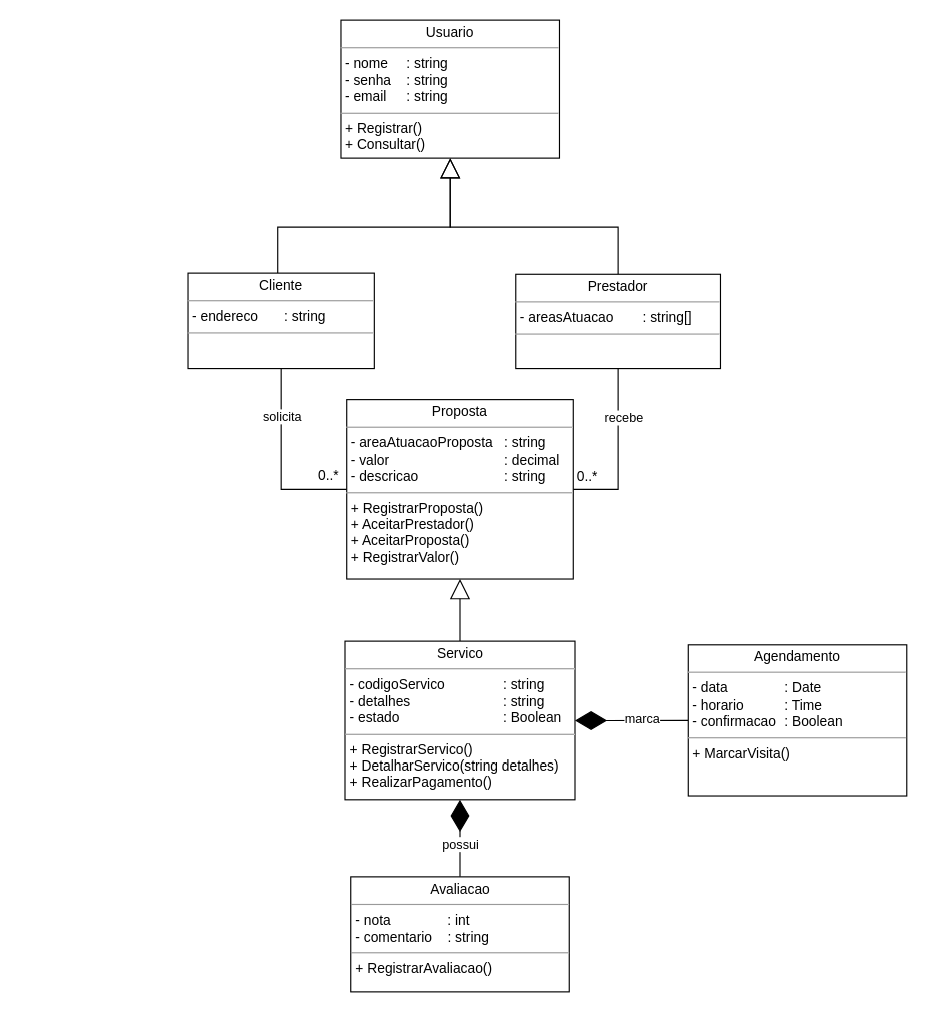
The draw.io diagram docs/DiagramaDeClasses.drawio in LucBonnet/eServicos, before the edit. Source tidied: cells renumbered, new cells numbered last; positions are measured from the earlier drawing's top-left corner, leaving out a move shared by most shapes. Both pictures are drawn from the tidied source at 115%, with x=0, y=0 at pixel (187, 20).
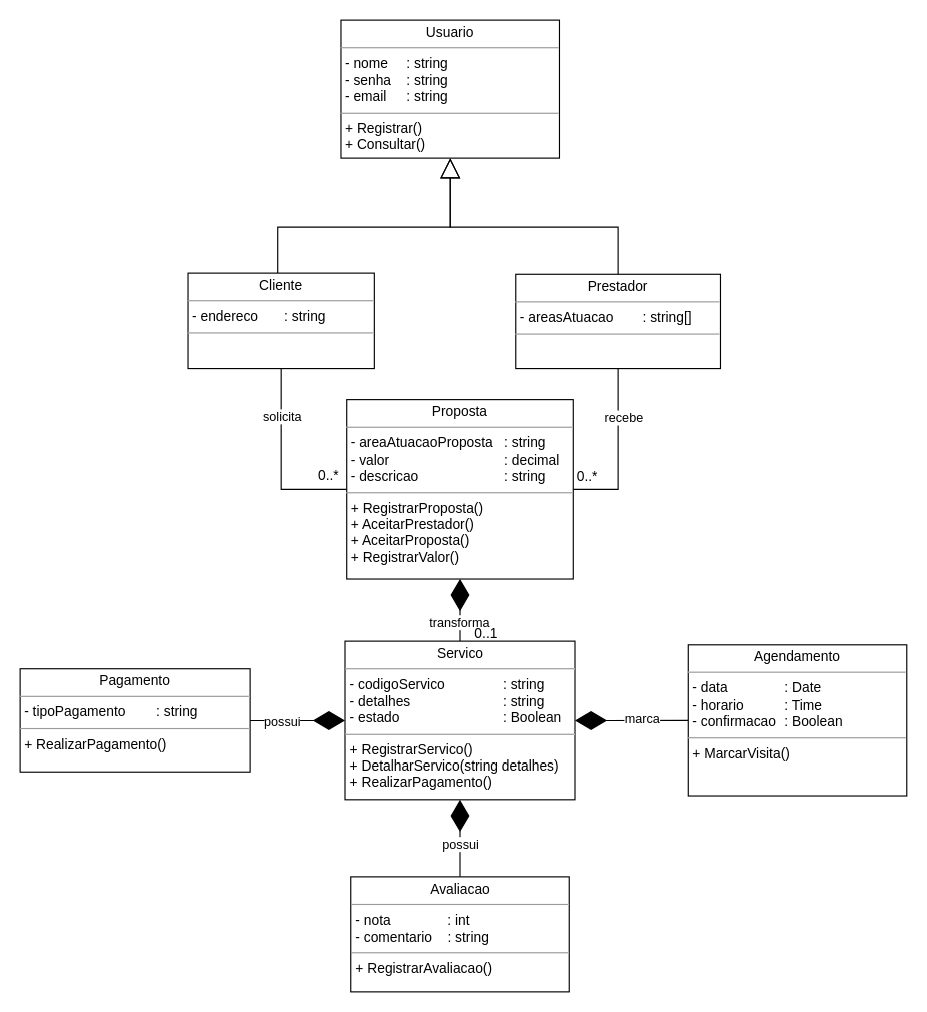
After the change.

Unchanged cells that the change refers to:
```xml
<mxCell id="13" value="&lt;p style=&quot;margin:0px;margin-top:4px;text-align:center;&quot;&gt;Servico&lt;/p&gt;&lt;hr size=&quot;1&quot;&gt;&lt;p style=&quot;margin:0px;margin-left:4px;&quot;&gt;- codigoServico&lt;span style=&quot;white-space: pre;&quot;&gt;&#9;&lt;/span&gt;&lt;span style=&quot;white-space: pre;&quot;&gt;&#9;&lt;/span&gt;: string&lt;/p&gt;&lt;p style=&quot;margin:0px;margin-left:4px;&quot;&gt;- detalhes&lt;span style=&quot;white-space: pre;&quot;&gt;&#9;&lt;/span&gt;&lt;span style=&quot;white-space: pre;&quot;&gt;&#9;&lt;/span&gt;&lt;span style=&quot;white-space: pre;&quot;&gt;&#9;&lt;/span&gt;: string&lt;/p&gt;&lt;p style=&quot;margin:0px;margin-left:4px;&quot;&gt;- estado&lt;span style=&quot;white-space: pre;&quot;&gt;&#9;&lt;/span&gt;&lt;span style=&quot;white-space: pre;&quot;&gt;&#9;&lt;/span&gt;&lt;span style=&quot;white-space: pre;&quot;&gt;&#9;&lt;/span&gt;&lt;span style=&quot;white-space: pre;&quot;&gt;&#9;&lt;/span&gt;: Boolean&lt;br&gt;&lt;/p&gt;&lt;hr size=&quot;1&quot;&gt;&lt;p style=&quot;margin:0px;margin-left:4px;&quot;&gt;+ RegistrarServico()&amp;nbsp;&lt;/p&gt;&lt;p style=&quot;margin:0px;margin-left:4px;&quot;&gt;+ DetalharServico(string detalhes)&lt;/p&gt;&lt;p style=&quot;margin:0px;margin-left:4px;&quot;&gt;+ RealizarPagamento()&lt;/p&gt;&lt;p style=&quot;margin:0px;margin-left:4px;&quot;&gt;&lt;br&gt;&lt;/p&gt;&lt;p style=&quot;margin:0px;margin-left:4px;&quot;&gt;&lt;br&gt;&lt;/p&gt;" style="verticalAlign=top;align=left;overflow=fill;fontSize=12;fontFamily=Helvetica;html=1;rounded=0;shadow=0;comic=0;labelBackgroundColor=none;strokeWidth=1;" parent="1" vertex="1">
  <mxGeometry x="136.5" y="540" width="200" height="138" as="geometry" />
</mxCell>
<mxCell id="16" value="&lt;p style=&quot;margin:0px;margin-top:4px;text-align:center;&quot;&gt;Proposta&lt;/p&gt;&lt;hr size=&quot;1&quot;&gt;&lt;p style=&quot;margin:0px;margin-left:4px;&quot;&gt;- areaAtuacaoProposta&lt;span style=&quot;white-space: pre;&quot;&gt;&#9;&lt;/span&gt;: string&lt;br&gt;&lt;/p&gt;&lt;p style=&quot;margin:0px;margin-left:4px;&quot;&gt;- valor&lt;span style=&quot;white-space: pre;&quot;&gt;&#9;&lt;/span&gt;&lt;span style=&quot;white-space: pre;&quot;&gt;&#9;&lt;/span&gt;&lt;span style=&quot;white-space: pre;&quot;&gt;&#9;&lt;/span&gt;&lt;span style=&quot;white-space: pre;&quot;&gt;&#9;&lt;/span&gt;: decimal&lt;/p&gt;&lt;p style=&quot;margin:0px;margin-left:4px;&quot;&gt;- descricao&lt;span style=&quot;white-space: pre;&quot;&gt;&#9;&lt;/span&gt;&lt;span style=&quot;white-space: pre;&quot;&gt;&#9;&lt;/span&gt;&lt;span style=&quot;white-space: pre;&quot;&gt;&#9;&lt;/span&gt;: string&amp;nbsp;&lt;/p&gt;&lt;hr size=&quot;1&quot;&gt;&lt;p style=&quot;margin:0px;margin-left:4px;&quot;&gt;+ RegistrarProposta()&lt;/p&gt;&lt;p style=&quot;margin:0px;margin-left:4px;&quot;&gt;+ AceitarPrestador()&lt;/p&gt;&lt;p style=&quot;margin:0px;margin-left:4px;&quot;&gt;+ AceitarProposta()&lt;/p&gt;&lt;p style=&quot;margin:0px;margin-left:4px;&quot;&gt;+ RegistrarValor()&lt;/p&gt;&lt;p style=&quot;margin:0px;margin-left:4px;&quot;&gt;&lt;br&gt;&lt;/p&gt;" style="verticalAlign=top;align=left;overflow=fill;fontSize=12;fontFamily=Helvetica;html=1;rounded=0;shadow=0;comic=0;labelBackgroundColor=none;strokeWidth=1;" parent="1" vertex="1">
  <mxGeometry x="138" y="330" width="197" height="156" as="geometry" />
</mxCell>
```

The edit, as a diff of the source:
```diff
@@
-    <mxCell id="12" style="edgeStyle=orthogonalEdgeStyle;rounded=0;jettySize=auto;html=1;entryX=0.5;entryY=1;entryDx=0;entryDy=0;endArrow=block;endFill=0;endSize=15;" parent="1" edge="1" source="13" target="16">
-      <mxGeometry relative="1" as="geometry" />
-    </mxCell>
@@
+    <mxCell id="22" style="edgeStyle=orthogonalEdgeStyle;rounded=0;jettySize=auto;html=1;endArrow=none;endFill=0;startArrow=diamondThin;startFill=1;startSize=25;" parent="1" edge="1" source="16" target="13">
+      <mxGeometry relative="1" as="geometry" />
+    </mxCell>
+    <mxCell id="23" value="transforma" style="edgeLabel;html=1;align=center;verticalAlign=middle;" parent="22" vertex="1">
+      <mxGeometry x="0.49" y="-1" relative="1" as="geometry" />
+    </mxCell>
@@
+    <mxCell id="24" style="edgeStyle=orthogonalEdgeStyle;rounded=0;jettySize=auto;html=1;endArrow=diamondThin;endFill=1;endSize=25;" parent="1" edge="1" source="26" target="13">
+      <mxGeometry relative="1" as="geometry" />
+    </mxCell>
+    <mxCell id="25" value="possui" style="edgeLabel;html=1;align=center;verticalAlign=middle;" parent="24" vertex="1">
+      <mxGeometry x="-0.34" relative="1" as="geometry" />
+    </mxCell>
+    <mxCell id="26" value="&lt;p style=&quot;margin:0px;margin-top:4px;text-align:center;&quot;&gt;Pagamento&lt;/p&gt;&lt;hr size=&quot;1&quot;&gt;&lt;p style=&quot;margin:0px;margin-left:4px;&quot;&gt;- tipoPagamento&lt;span style=&quot;&quot;&gt;&lt;span style=&quot;white-space: pre;&quot;&gt;&amp;nbsp;&amp;nbsp;&amp;nbsp;&amp;nbsp;&lt;/span&gt;&lt;/span&gt;&lt;span style=&quot;&quot;&gt;&lt;span style=&quot;white-space: pre;&quot;&gt;&amp;nbsp;&amp;nbsp;&amp;nbsp;&amp;nbsp;&lt;/span&gt;&lt;/span&gt;: string&lt;/p&gt;&lt;hr size=&quot;1&quot;&gt;&lt;p style=&quot;border-color: var(--border-color); margin: 0px 0px 0px 4px;&quot;&gt;+ RealizarPagamento()&lt;/p&gt;&lt;p style=&quot;border-color: var(--border-color); margin: 0px 0px 0px 4px;&quot;&gt;&lt;br style=&quot;border-color: var(--border-color);&quot;&gt;&lt;/p&gt;&lt;p style=&quot;margin:0px;margin-left:4px;&quot;&gt;&lt;br&gt;&lt;/p&gt;&lt;p style=&quot;margin:0px;margin-left:4px;&quot;&gt;&lt;br&gt;&lt;/p&gt;" style="verticalAlign=top;align=left;overflow=fill;fontSize=12;fontFamily=Helvetica;html=1;rounded=0;shadow=0;comic=0;labelBackgroundColor=none;strokeWidth=1;" parent="1" vertex="1">
+      <mxGeometry x="-146" y="564" width="200" height="90" as="geometry" />
+    </mxCell>
+    <mxCell id="27" value="0..1" style="text;html=1;align=center;verticalAlign=middle;strokeColor=none;fillColor=none;" parent="1" vertex="1">
+      <mxGeometry x="240" y="521" width="38" height="26" as="geometry" />
+    </mxCell>
```
